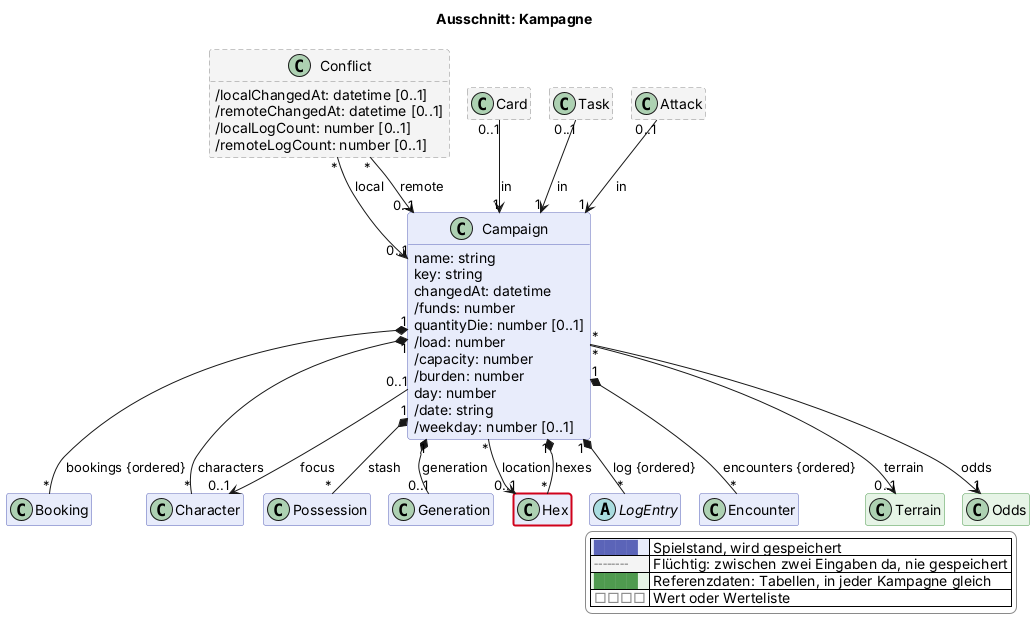
scuzzar/SRE keeps this PlantUML diagram as docs/views/kampagne.png. Above is the earlier version.
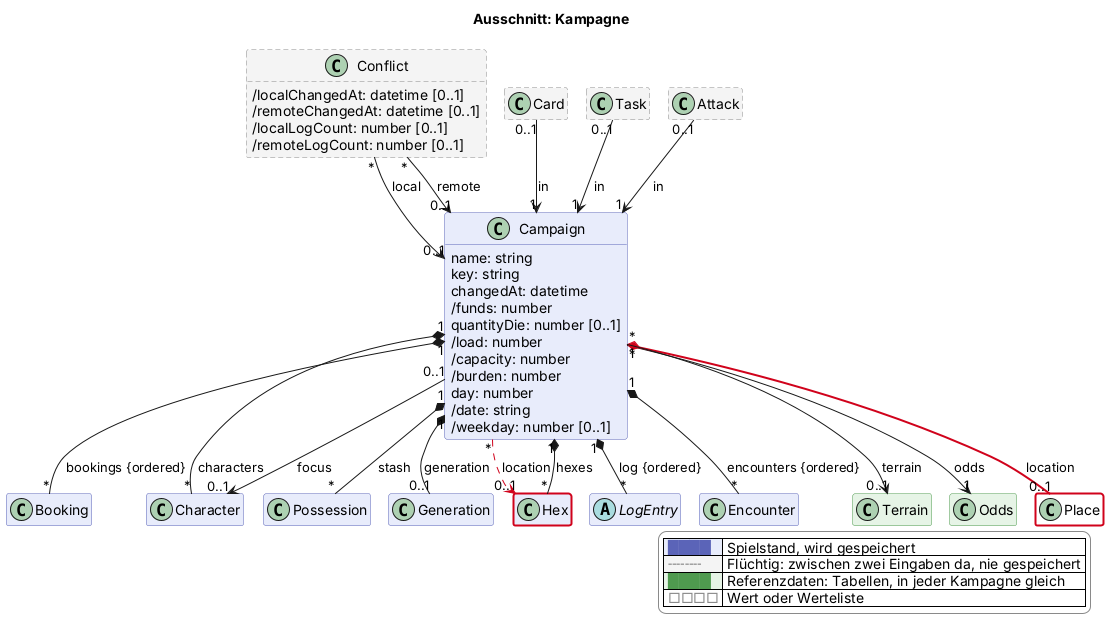
The same file after the commit.

The edit, as a diff of the source:
```diff
@@ -103,12 +103,14 @@
   class Terrain <<reference>> $begegnung
 
   class Odds <<reference>> $karte
+  class Place <<value>> $oberflaeche $newClass("2026-11-14h")
 
 Campaign "1" *-- "*" Character : characters
 Campaign "*" --> "1" Odds : odds
 Campaign "0..1" --> "0..1" Character : focus
 Campaign "1" *-- "*" LogEntry : log {ordered}
-Campaign "*" --> "0..1" Hex : location
+Campaign "*" -$goneArrow("2026-11-14h")-> "0..1" Hex : location
+Campaign "1" *-$newArrow("2026-11-14h")- "0..1" Place : location
 Campaign "1" *-- "*" Booking : bookings {ordered}
 Conflict "*" --> "0..1" Campaign : local
 Conflict "*" --> "0..1" Campaign : remote
```
